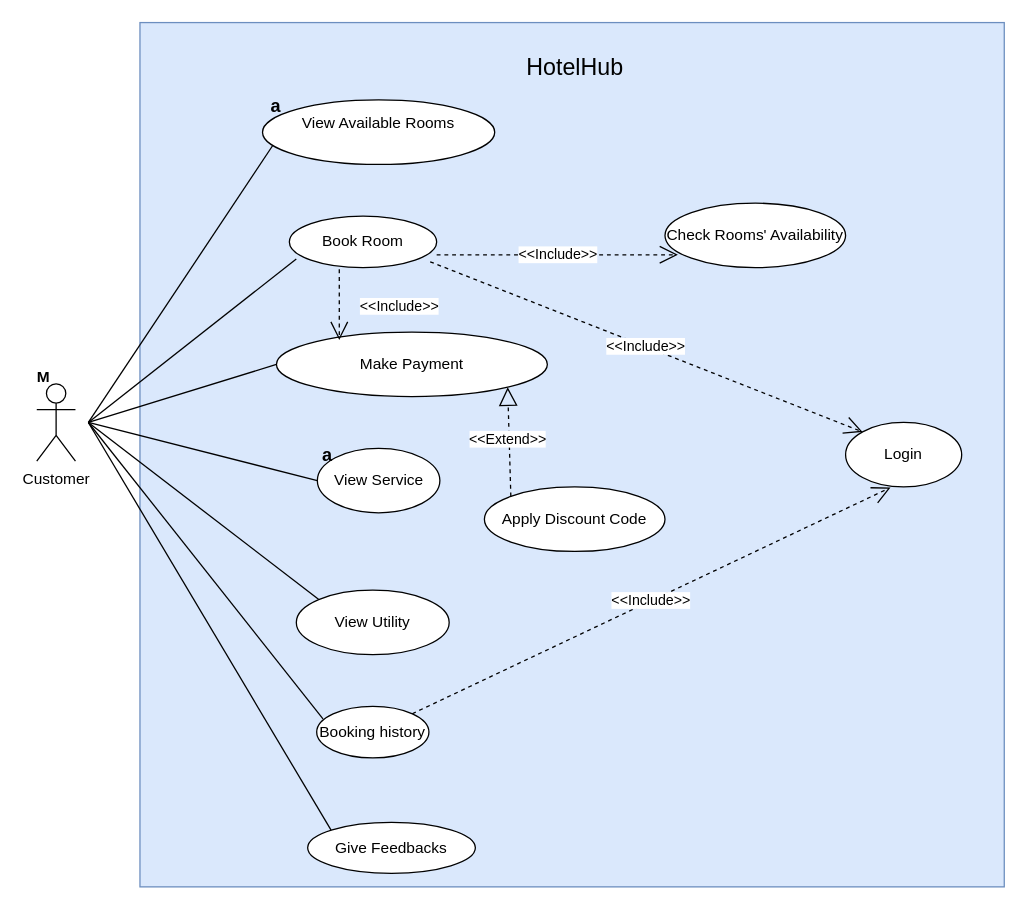
The draw.io diagram page "UCs for Customer" (2 of 4) of UseCase.drawio in toikobi401/SWP391_HotelManagement, before the edit. Source tidied: cells renumbered, new cells numbered last; positions are measured from the earlier drawing's top-left corner, leaving out a move shared by most shapes. Both pictures are drawn from the tidied source at 129%, with x=0, y=0 at pixel (23, 22).
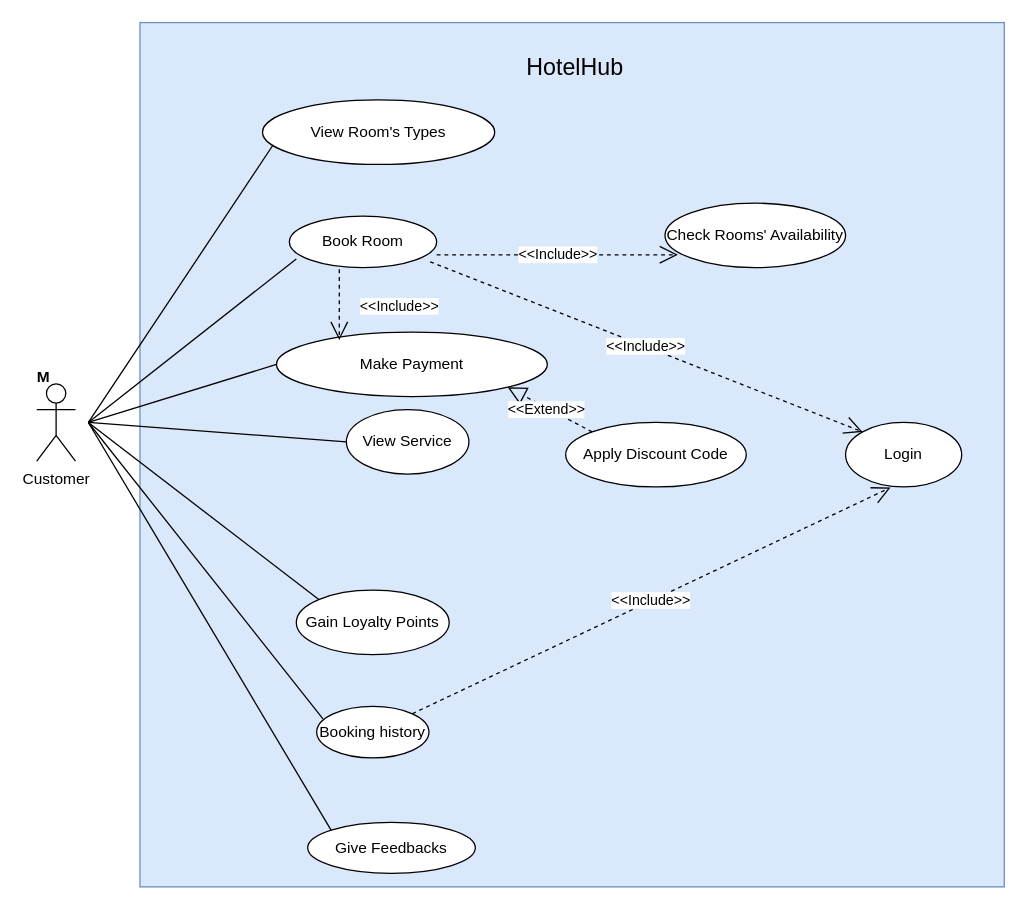
After the change.

The edit, as a diff of the source:
```diff
@@
-    <mxCell id="5" value="&#10;View Available Rooms&#10;&#10;" style="ellipse;whiteSpace=wrap;html=1;" parent="1" vertex="1">
+    <mxCell id="5" value="&lt;br&gt;View Room's Types&lt;div&gt;&lt;br&gt;&lt;/div&gt;" style="ellipse;whiteSpace=wrap;html=1;" parent="1" vertex="1">
       <mxGeometry x="185" y="60" width="180" height="50" as="geometry" />
     </mxCell>
-    <mxCell id="6" value="&lt;b&gt;&lt;font style=&quot;font-size: 14px;&quot;&gt;a&lt;/font&gt;&lt;/b&gt;" style="text;html=1;align=center;verticalAlign=middle;strokeColor=none;fillColor=none;" parent="1" vertex="1">
-      <mxGeometry x="180" y="50" width="30" height="30" as="geometry" />
-    </mxCell>
@@
     <mxCell id="9" value="View Service" style="ellipse;whiteSpace=wrap;html=1;" parent="1" vertex="1">
-      <mxGeometry x="227.5" y="330" width="95" height="50" as="geometry" />
+      <mxGeometry x="250" y="300" width="95" height="50" as="geometry" />
     </mxCell>
-    <mxCell id="10" value="&lt;b&gt;&lt;font style=&quot;font-size: 14px;&quot;&gt;a&lt;/font&gt;&lt;/b&gt;" style="text;html=1;align=center;verticalAlign=middle;strokeColor=none;fillColor=none;" parent="1" vertex="1">
-      <mxGeometry x="220" y="320" width="30" height="30" as="geometry" />
-    </mxCell>
@@
-    <mxCell id="15" value="View Utility" style="ellipse;whiteSpace=wrap;html=1;" parent="1" vertex="1">
+    <mxCell id="15" value="Gain Loyalty Points" style="ellipse;whiteSpace=wrap;html=1;" parent="1" vertex="1">
       <mxGeometry x="211.2" y="440" width="118.5" height="50" as="geometry" />
     </mxCell>
     <mxCell id="16" value="&lt;span&gt;Apply Discount Code&lt;/span&gt;" style="ellipse;whiteSpace=wrap;html=1;" parent="1" vertex="1">
-      <mxGeometry x="357" y="360" width="140" height="50" as="geometry" />
+      <mxGeometry x="420" y="310" width="140" height="50" as="geometry" />
     </mxCell>
```
